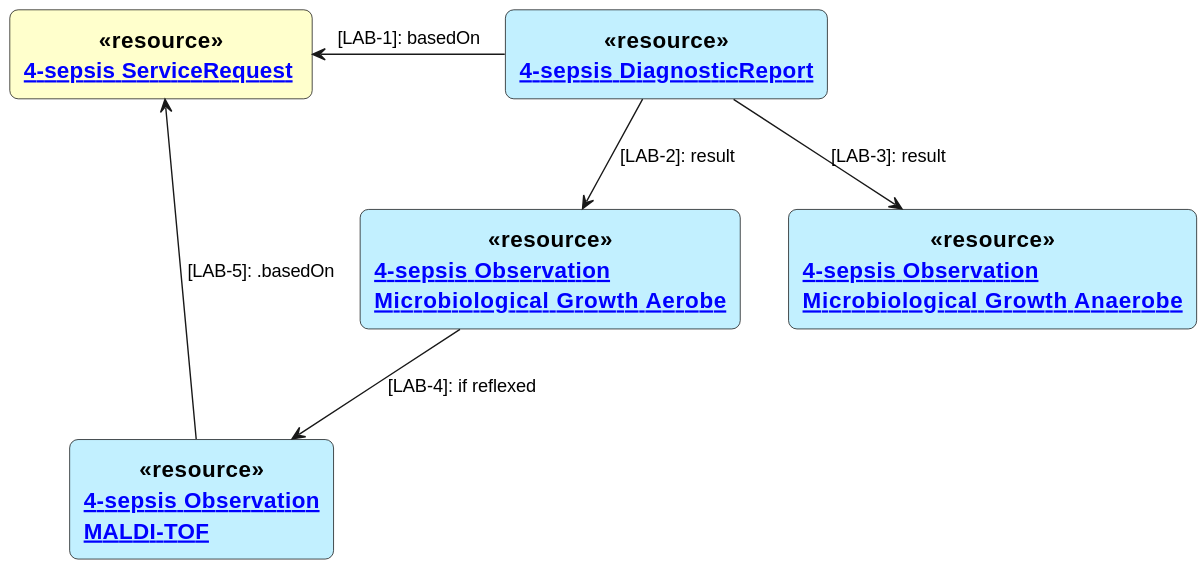
The PlantUML diagram input/images/4-sepsis-additional-testing.svg in hl7ch/ch-lab-order, before a commit.
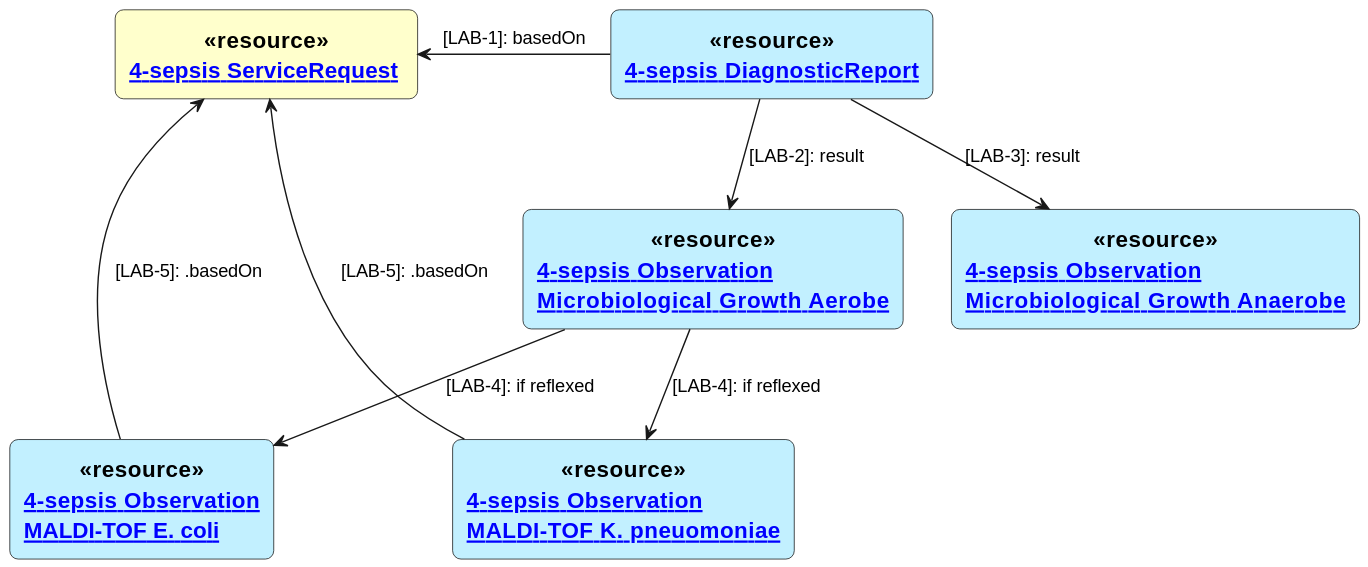
Later version of the same file.

Commit message:
split observationMALDI-TOF, one observation for each microorganism

Change to the diagram source:
```diff
@@ -13,11 +13,14 @@
 rectangle "[[DiagnosticReport-4-sepsis-DiagnosticReport.html 4-sepsis DiagnosticReport]]" as DR <<$bProcess>><<resource>> #APPLICATION
 rectangle "[[Observation-observationMicrobiolGrowthAerobe.html 4-sepsis Observation\nMicrobiological Growth Aerobe]]" as OMA <<$bProcess>><<resource>> #APPLICATION
 rectangle "[[Observation-observationMicrobiolGrowthAnaerobe.html 4-sepsis Observation\nMicrobiological Growth Anaerobe]]" as OMANA <<$bProcess>><<resource>> #APPLICATION
-rectangle "[[Observation-observationMALDI-TOF.html 4-sepsis Observation\nMALDI-TOF]]" as OMT <<$bProcess>><<resource>> #APPLICATION
+rectangle "[[Observation-observationMALDI-TOF-Ecoli.html 4-sepsis Observation\nMALDI-TOF E. coli]]" as OMTE <<$bProcess>><<resource>> #APPLICATION
+rectangle "[[Observation-observationMALDI-TOF-Kpneu.html 4-sepsis Observation\nMALDI-TOF K. pneuomoniae]]" as OMTK <<$bProcess>><<resource>> #APPLICATION
 
 SR <-right- DR : [LAB-1]: basedOn
 DR -down-> OMA : [LAB-2]: result
 DR -down-> OMANA : [LAB-3]: result
-OMA -down-> OMT : [LAB-4]: if reflexed
-OMT -up-> SR : [LAB-5]: .basedOn
+OMA -down-> OMTE : [LAB-4]: if reflexed
+OMTE -up-> SR : [LAB-5]: .basedOn
+OMA -down-> OMTK : [LAB-4]: if reflexed
+OMTK -up-> SR : [LAB-5]: .basedOn
 @enduml
```
